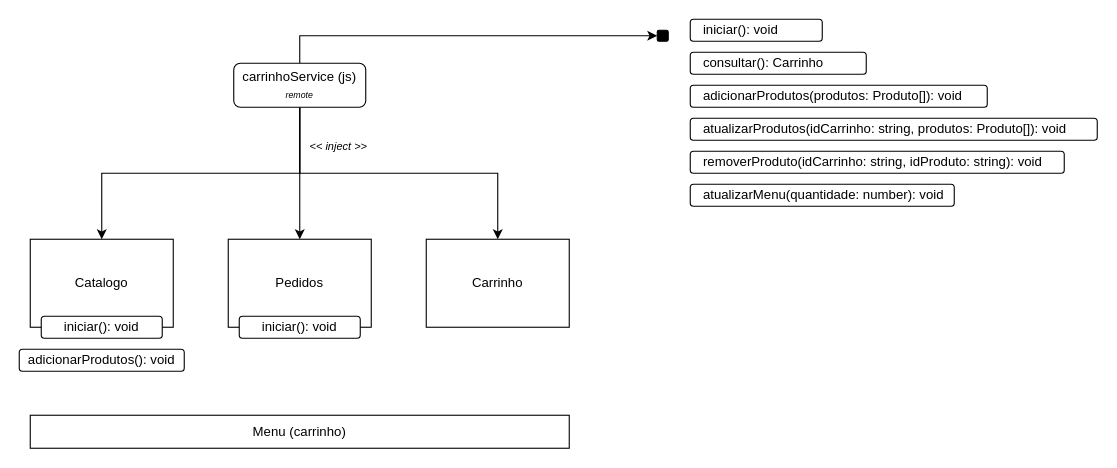
Above: Via+Mobile-Front-carrinho-out-of-context.drawio in rribeiro93k/draw-docs (draw.io), before the change. Source tidied: cells renumbered, new cells numbered last; positions are measured from the earlier drawing's top-left corner, leaving out a move shared by most shapes. Both pictures are drawn from the tidied source at 110%, with x=0, y=0 at pixel (19, 19).
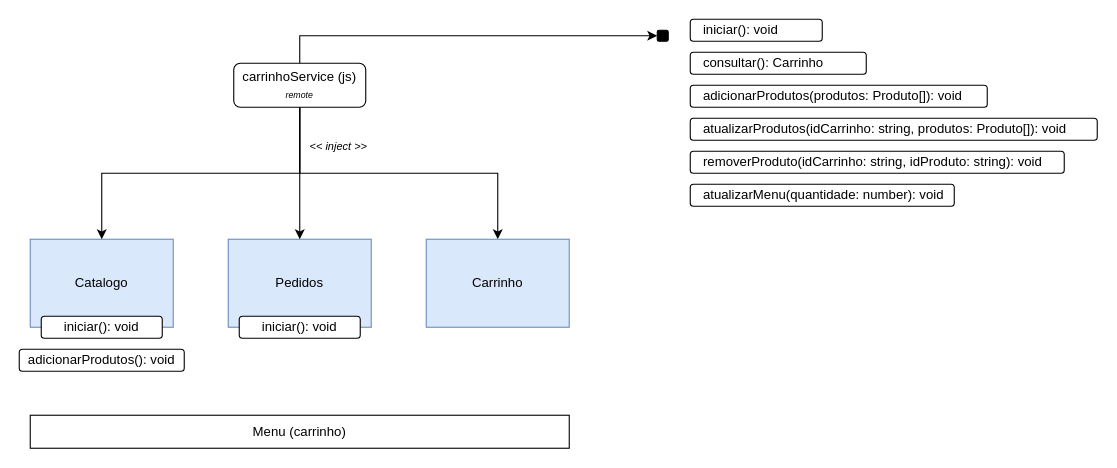
The same page after the edit.

The edit, as a diff of the source:
```diff
@@
-    <mxCell id="2" value="Catalogo" style="rounded=0;whiteSpace=wrap;html=1;" parent="1" vertex="1">
+    <mxCell id="2" value="Catalogo" style="rounded=0;whiteSpace=wrap;html=1;fillColor=#dae8fc;strokeColor=#6c8ebf;" parent="1" vertex="1">
       <mxGeometry x="10" y="200" width="130" height="80" as="geometry" />
     </mxCell>
-    <mxCell id="3" value="Pedidos" style="rounded=0;whiteSpace=wrap;html=1;" parent="1" vertex="1">
+    <mxCell id="3" value="Pedidos" style="rounded=0;whiteSpace=wrap;html=1;fillColor=#dae8fc;strokeColor=#6c8ebf;" parent="1" vertex="1">
       <mxGeometry x="190" y="200" width="130" height="80" as="geometry" />
     </mxCell>
@@
-    <mxCell id="11" value="Carrinho" style="rounded=0;whiteSpace=wrap;html=1;" parent="1" vertex="1">
+    <mxCell id="11" value="Carrinho" style="rounded=0;whiteSpace=wrap;html=1;fillColor=#dae8fc;strokeColor=#6c8ebf;" parent="1" vertex="1">
       <mxGeometry x="370" y="200" width="130" height="80" as="geometry" />
     </mxCell>
```
